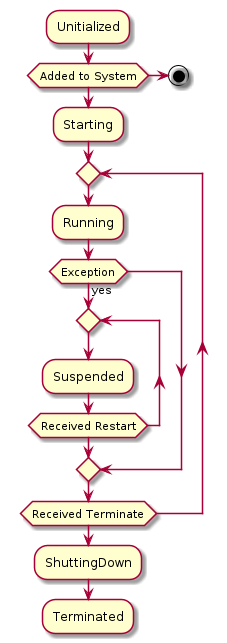
GT-ARC/opaca-core keeps this PlantUML diagram as doc/jiac-vi/lifecycle.png. Above is the earlier version.
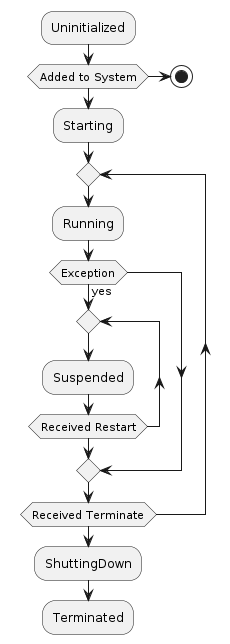
Above is the later version.

Diff of the diagram source:
```diff
@@ -1,6 +1,6 @@
 @startuml
 
-:Unitialized;
+:Uninitialized;
 
 if (Added to System)
 
```
